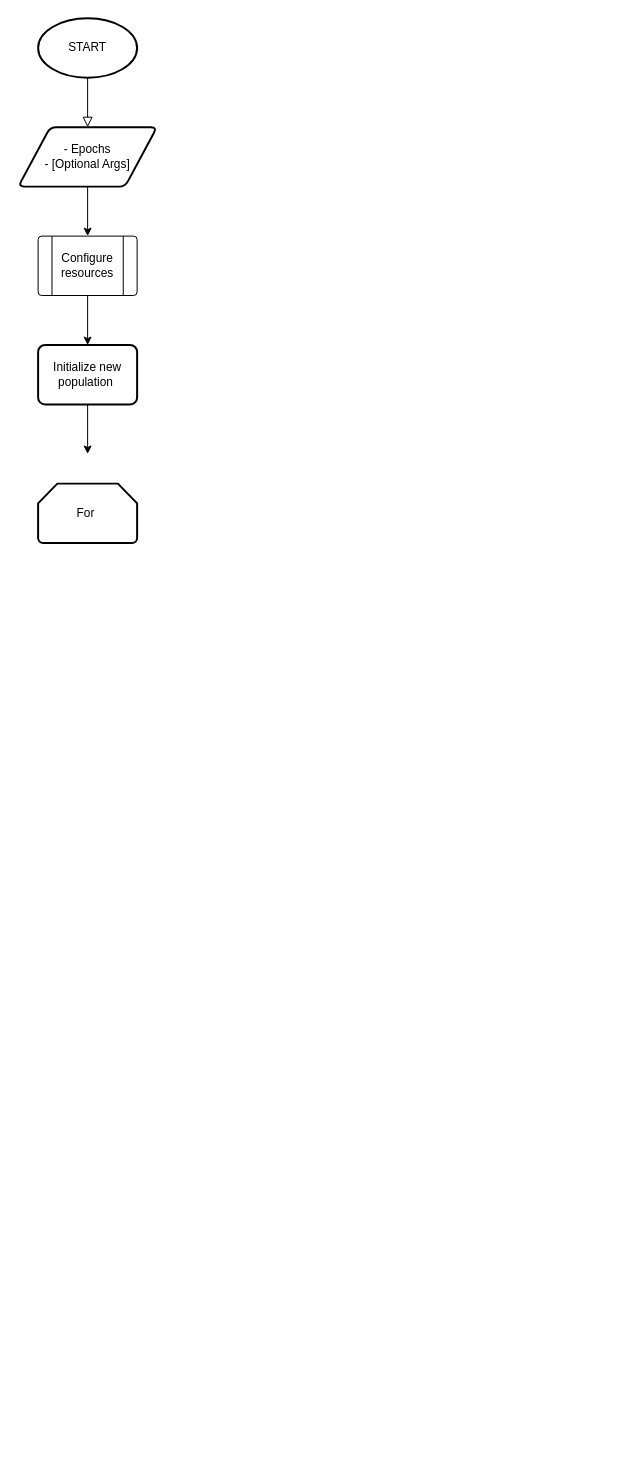
Earlier version of the draw.io diagram docs/source/_static/images/GenFeatS-BS-main-flow.drawio.xml (victor-cali/GenFeatS-BS-Study). Source tidied: cells renumbered, new cells numbered last; positions are measured from the earlier drawing's top-left corner, leaving out a move shared by most shapes. Both pictures are drawn from the tidied source at 99%, with x=0, y=0 at pixel (18, 18).
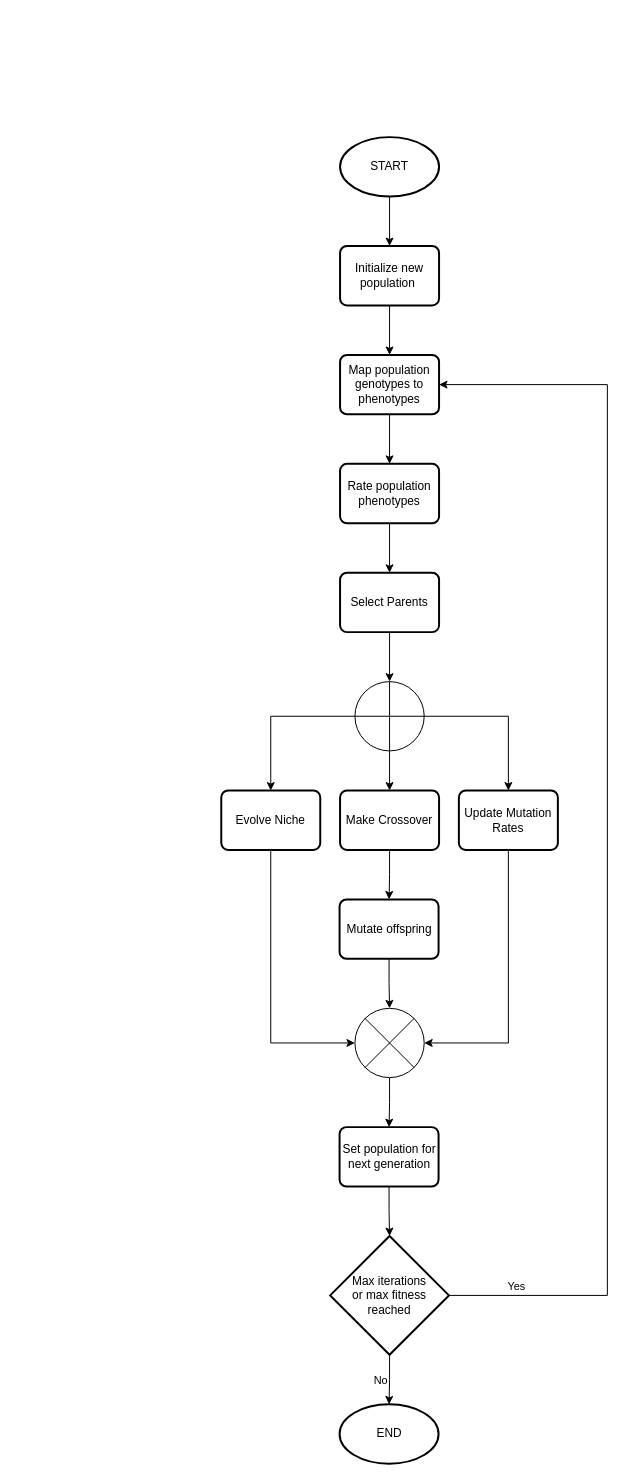
After the change.

What changed in the source:
```diff
@@
-    <mxCell id="2" style="rounded=0;html=1;jettySize=auto;fontSize=11;endArrow=block;endFill=0;endSize=8;strokeWidth=1;shadow=0;labelBackgroundColor=none;edgeStyle=orthogonalEdgeStyle;exitX=0.5;exitY=1;exitDx=0;exitDy=0;exitPerimeter=0;entryX=0.5;entryY=0;entryDx=0;entryDy=0;" parent="1" edge="1" source="3" target="5">
-      <mxGeometry relative="1" as="geometry" />
-    </mxCell>
+    <mxCell id="11" style="group;" parent="1" vertex="1">
+      <mxGeometry x="205" y="120" width="390" height="1340" as="geometry" />
+    </mxCell>
-    <mxCell id="3" value="START" style="strokeWidth=2;html=1;shape=mxgraph.flowchart.start_1;whiteSpace=wrap;" parent="1" vertex="1">
-      <mxGeometry x="20" width="100" height="60" as="geometry" />
+    <mxCell id="3" value="START" style="strokeWidth=2;html=1;shape=mxgraph.flowchart.start_1;whiteSpace=wrap;" parent="11" vertex="1">
+      <mxGeometry x="120" width="100" height="60" as="geometry" />
     </mxCell>
-    <mxCell id="4" style="edgeStyle=orthogonalEdgeStyle;rounded=0;jettySize=auto;html=1;entryX=0.5;entryY=0;entryDx=0;entryDy=0;" parent="1" edge="1" source="5" target="9">
-      <mxGeometry relative="1" as="geometry" />
-    </mxCell>
-    <mxCell id="5" value="- Epochs&lt;br&gt;- [Optional Args]" style="shape=parallelogram;html=1;strokeWidth=2;perimeter=parallelogramPerimeter;whiteSpace=wrap;rounded=1;arcSize=12;size=0.23;" parent="1" vertex="1">
-      <mxGeometry y="110" width="140" height="60" as="geometry" />
-    </mxCell>
+    <mxCell id="7" value="Initialize new population&amp;nbsp;" style="rounded=1;whiteSpace=wrap;html=1;absoluteArcSize=1;arcSize=14;strokeWidth=2;" parent="11" vertex="1">
+      <mxGeometry x="120" y="110" width="100" height="60" as="geometry" />
+    </mxCell>
+    <mxCell id="12" style="edgeStyle=orthogonalEdgeStyle;rounded=0;jettySize=auto;html=1;exitX=0.5;exitY=1;exitDx=0;exitDy=0;exitPerimeter=0;entryX=0.5;entryY=0;entryDx=0;entryDy=0;" parent="11" edge="1" source="3" target="7">
+      <mxGeometry relative="1" as="geometry" />
+    </mxCell>
+    <mxCell id="13" value="Map population genotypes to phenotypes" style="rounded=1;whiteSpace=wrap;html=1;absoluteArcSize=1;arcSize=14;strokeWidth=2;" parent="11" vertex="1">
+      <mxGeometry x="120" y="220" width="100" height="60" as="geometry" />
+    </mxCell>
-    <mxCell id="6" style="edgeStyle=orthogonalEdgeStyle;rounded=0;jettySize=auto;html=1;entryX=0.5;entryY=0;entryDx=0;entryDy=0;" parent="1" edge="1" source="7">
-      <mxGeometry relative="1" as="geometry">
-        <mxPoint x="70" y="440" as="targetPoint" />
-      </mxGeometry>
+    <mxCell id="6" style="edgeStyle=orthogonalEdgeStyle;rounded=0;jettySize=auto;html=1;entryX=0.5;entryY=0;entryDx=0;entryDy=0;" parent="11" edge="1" source="7" target="13">
+      <mxGeometry relative="1" as="geometry" />
     </mxCell>
-    <mxCell id="7" value="Initialize new population&amp;nbsp;" style="rounded=1;whiteSpace=wrap;html=1;absoluteArcSize=1;arcSize=14;strokeWidth=2;" parent="1" vertex="1">
-      <mxGeometry x="20" y="330" width="100" height="60" as="geometry" />
-    </mxCell>
-    <mxCell id="8" style="edgeStyle=orthogonalEdgeStyle;rounded=0;jettySize=auto;html=1;entryX=0.5;entryY=0;entryDx=0;entryDy=0;" parent="1" edge="1" source="9" target="7">
-      <mxGeometry relative="1" as="geometry" />
-    </mxCell>
-    <mxCell id="9" value="Configure resources" style="verticalLabelPosition=middle;verticalAlign=middle;html=1;shape=process;whiteSpace=wrap;rounded=1;size=0.14;arcSize=6;align=center;labelPosition=center;" parent="1" vertex="1">
-      <mxGeometry x="20" y="220" width="100" height="60" as="geometry" />
-    </mxCell>
-    <mxCell id="10" value="For&amp;nbsp;" style="strokeWidth=2;html=1;shape=mxgraph.flowchart.loop_limit;whiteSpace=wrap;" parent="1" vertex="1">
-      <mxGeometry x="20" y="470" width="100" height="60" as="geometry" />
-    </mxCell>
+    <mxCell id="14" value="Rate population phenotypes" style="rounded=1;whiteSpace=wrap;html=1;absoluteArcSize=1;arcSize=14;strokeWidth=2;" parent="11" vertex="1">
+      <mxGeometry x="120" y="330" width="100" height="60" as="geometry" />
+    </mxCell>
+    <mxCell id="15" style="edgeStyle=orthogonalEdgeStyle;rounded=0;jettySize=auto;html=1;entryX=0.5;entryY=0;entryDx=0;entryDy=0;" parent="11" edge="1" source="13" target="14">
+      <mxGeometry relative="1" as="geometry" />
+    </mxCell>
+    <mxCell id="16" value="Select Parents" style="rounded=1;whiteSpace=wrap;html=1;absoluteArcSize=1;arcSize=14;strokeWidth=2;" parent="11" vertex="1">
+      <mxGeometry x="120" y="440" width="100" height="60" as="geometry" />
+    </mxCell>
+    <mxCell id="17" style="edgeStyle=orthogonalEdgeStyle;rounded=0;jettySize=auto;html=1;entryX=0.5;entryY=0;entryDx=0;entryDy=0;" parent="11" edge="1" source="14" target="16">
+      <mxGeometry relative="1" as="geometry" />
+    </mxCell>
+    <mxCell id="18" value="Evolve Niche" style="rounded=1;whiteSpace=wrap;html=1;absoluteArcSize=1;arcSize=14;strokeWidth=2;" parent="11" vertex="1">
+      <mxGeometry y="660" width="100" height="60" as="geometry" />
+    </mxCell>
+    <mxCell id="19" value="Make Crossover" style="rounded=1;whiteSpace=wrap;html=1;absoluteArcSize=1;arcSize=14;strokeWidth=2;" parent="11" vertex="1">
+      <mxGeometry x="120" y="660" width="100" height="60" as="geometry" />
+    </mxCell>
+    <mxCell id="20" style="edgeStyle=orthogonalEdgeStyle;rounded=0;jettySize=auto;html=1;exitX=0;exitY=0.5;exitDx=0;exitDy=0;exitPerimeter=0;entryX=0.5;entryY=0;entryDx=0;entryDy=0;" parent="11" edge="1" source="35" target="18">
+      <mxGeometry relative="1" as="geometry">
+        <Array as="points">
+          <mxPoint x="50" y="585" />
+        </Array>
+      </mxGeometry>
+    </mxCell>
+    <mxCell id="21" value="Update Mutation Rates" style="rounded=1;whiteSpace=wrap;html=1;absoluteArcSize=1;arcSize=14;strokeWidth=2;" parent="11" vertex="1">
+      <mxGeometry x="240" y="660" width="100" height="60" as="geometry" />
+    </mxCell>
+    <mxCell id="22" value="Mutate offspring" style="rounded=1;whiteSpace=wrap;html=1;absoluteArcSize=1;arcSize=14;strokeWidth=2;" parent="11" vertex="1">
+      <mxGeometry x="119.5" y="770" width="100" height="60" as="geometry" />
+    </mxCell>
+    <mxCell id="23" style="edgeStyle=orthogonalEdgeStyle;rounded=0;jettySize=auto;html=1;entryX=0.5;entryY=0;entryDx=0;entryDy=0;" parent="11" edge="1" source="19" target="22">
+      <mxGeometry relative="1" as="geometry" />
+    </mxCell>
+    <mxCell id="24" value="Set population for next generation" style="rounded=1;whiteSpace=wrap;html=1;absoluteArcSize=1;arcSize=14;strokeWidth=2;" parent="11" vertex="1">
+      <mxGeometry x="119.5" y="1000" width="100" height="60" as="geometry" />
+    </mxCell>
+    <mxCell id="25" style="edgeStyle=orthogonalEdgeStyle;rounded=0;jettySize=auto;html=1;entryX=0.5;entryY=0;entryDx=0;entryDy=0;" parent="11" edge="1" source="26" target="24">
+      <mxGeometry relative="1" as="geometry" />
+    </mxCell>
+    <mxCell id="26" style="verticalLabelPosition=bottom;verticalAlign=top;html=1;shape=mxgraph.flowchart.or;" parent="11" vertex="1">
+      <mxGeometry x="135" y="880" width="70" height="70" as="geometry" />
+    </mxCell>
+    <mxCell id="27" style="edgeStyle=orthogonalEdgeStyle;rounded=0;jettySize=auto;html=1;entryX=0;entryY=0.5;entryDx=0;entryDy=0;entryPerimeter=0;" parent="11" edge="1" source="18" target="26">
+      <mxGeometry relative="1" as="geometry">
+        <Array as="points">
+          <mxPoint x="50" y="915" />
+        </Array>
+      </mxGeometry>
+    </mxCell>
+    <mxCell id="28" style="edgeStyle=orthogonalEdgeStyle;rounded=0;jettySize=auto;html=1;entryX=1;entryY=0.5;entryDx=0;entryDy=0;entryPerimeter=0;" parent="11" edge="1" source="21" target="26">
+      <mxGeometry relative="1" as="geometry">
+        <Array as="points">
+          <mxPoint x="290" y="915" />
+        </Array>
+      </mxGeometry>
+    </mxCell>
+    <mxCell id="29" style="edgeStyle=orthogonalEdgeStyle;rounded=0;jettySize=auto;html=1;entryX=0.5;entryY=0;entryDx=0;entryDy=0;entryPerimeter=0;" parent="11" edge="1" source="22" target="26">
+      <mxGeometry relative="1" as="geometry" />
+    </mxCell>
+    <mxCell id="30" style="edgeStyle=orthogonalEdgeStyle;rounded=0;jettySize=auto;html=1;entryX=1;entryY=0.5;entryDx=0;entryDy=0;" parent="11" edge="1" source="32" target="13">
+      <mxGeometry relative="1" as="geometry">
+        <Array as="points">
+          <mxPoint x="390" y="1170" />
+          <mxPoint x="390" y="250" />
+        </Array>
+      </mxGeometry>
+    </mxCell>
+    <mxCell id="31" value="Yes" style="edgeLabel;html=1;align=center;verticalAlign=middle;" parent="30" vertex="1">
+      <mxGeometry x="-0.92" y="2" relative="1" as="geometry">
+        <mxPoint x="17" y="-8" as="offset" />
+      </mxGeometry>
+    </mxCell>
+    <mxCell id="32" value="Max iterations &lt;br&gt;or max fitness &lt;br&gt;reached" style="strokeWidth=2;html=1;shape=mxgraph.flowchart.decision;whiteSpace=wrap;" parent="11" vertex="1">
+      <mxGeometry x="110" y="1110" width="120" height="120" as="geometry" />
+    </mxCell>
+    <mxCell id="33" style="edgeStyle=orthogonalEdgeStyle;rounded=0;jettySize=auto;html=1;entryX=0.5;entryY=0;entryDx=0;entryDy=0;entryPerimeter=0;" parent="11" edge="1" source="24" target="32">
+      <mxGeometry relative="1" as="geometry" />
+    </mxCell>
+    <mxCell id="34" style="edgeStyle=orthogonalEdgeStyle;rounded=0;jettySize=auto;html=1;entryX=0.5;entryY=0;entryDx=0;entryDy=0;" parent="11" edge="1" source="35" target="19">
+      <mxGeometry relative="1" as="geometry" />
+    </mxCell>
+    <mxCell id="35" style="verticalLabelPosition=bottom;verticalAlign=top;html=1;shape=mxgraph.flowchart.summing_function;" parent="11" vertex="1">
+      <mxGeometry x="135" y="550" width="70" height="70" as="geometry" />
+    </mxCell>
+    <mxCell id="36" style="edgeStyle=orthogonalEdgeStyle;rounded=0;jettySize=auto;html=1;entryX=0.5;entryY=0;entryDx=0;entryDy=0;entryPerimeter=0;" parent="11" edge="1" source="16" target="35">
+      <mxGeometry relative="1" as="geometry" />
+    </mxCell>
+    <mxCell id="37" style="edgeStyle=orthogonalEdgeStyle;rounded=0;jettySize=auto;html=1;exitX=1;exitY=0.5;exitDx=0;exitDy=0;exitPerimeter=0;entryX=0.5;entryY=0;entryDx=0;entryDy=0;" parent="11" edge="1" source="35" target="21">
+      <mxGeometry relative="1" as="geometry">
+        <Array as="points">
+          <mxPoint x="290" y="585" />
+        </Array>
+      </mxGeometry>
+    </mxCell>
+    <mxCell id="38" value="END" style="strokeWidth=2;html=1;shape=mxgraph.flowchart.start_1;whiteSpace=wrap;" parent="11" vertex="1">
+      <mxGeometry x="119.5" y="1280" width="100" height="60" as="geometry" />
+    </mxCell>
+    <mxCell id="39" value="No" style="edgeStyle=orthogonalEdgeStyle;rounded=0;jettySize=auto;html=1;entryX=0.5;entryY=0;entryDx=0;entryDy=0;entryPerimeter=0;" parent="11" edge="1" source="32" target="38">
+      <mxGeometry x="0.01" y="-9" relative="1" as="geometry" />
+    </mxCell>
```
